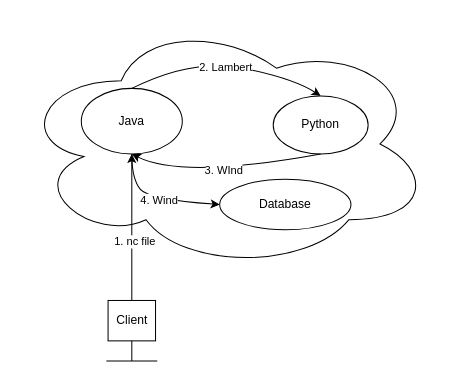
Earlier version of the draw.io diagram ServerFlow.drawio (xiangsanliu/images). Source tidied: cells renumbered, new cells numbered last; positions are measured from the earlier drawing's top-left corner, leaving out a move shared by most shapes. Both pictures are drawn from the tidied source at 101%, with x=0, y=0 at pixel (17, 17).
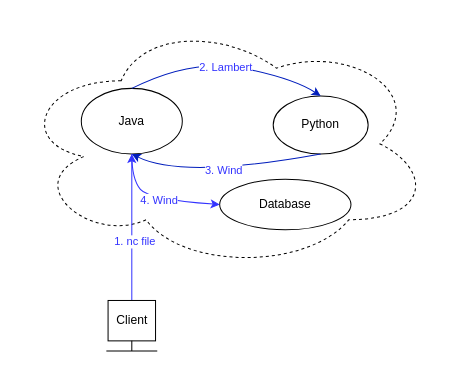
The same diagram, later.

Unchanged cells that the change refers to:
```xml
<mxCell id="3" value="Java" style="ellipse;whiteSpace=wrap;html=1;" parent="1" vertex="1">
  <mxGeometry x="63" y="70" width="100" height="65" as="geometry" />
</mxCell>
<mxCell id="4" value="Python" style="ellipse;whiteSpace=wrap;html=1;" parent="1" vertex="1">
  <mxGeometry x="253" y="77.5" width="94" height="57.5" as="geometry" />
</mxCell>
<mxCell id="9" value="Database" style="ellipse;whiteSpace=wrap;html=1;" parent="1" vertex="1">
  <mxGeometry x="200" y="160" width="130" height="50" as="geometry" />
</mxCell>
<mxCell id="13" value="Client" style="rounded=0;whiteSpace=wrap;html=1;" parent="1" vertex="1">
  <mxGeometry x="89.5" y="280" width="47" height="40" as="geometry" />
</mxCell>
```

What changed in the source:
```diff
@@
-    <mxCell id="2" style="ellipse;shape=cloud;whiteSpace=wrap;html=1;" parent="1" vertex="1">
+    <mxCell id="2" style="ellipse;shape=cloud;whiteSpace=wrap;html=1;dashed=1;" parent="1" vertex="1">
       <mxGeometry width="410" height="250" as="geometry" />
     </mxCell>
@@
-    <mxCell id="5" style="curved=1;endArrow=classic;html=1;exitX=0.5;exitY=0;exitDx=0;exitDy=0;entryX=0.5;entryY=0;entryDx=0;entryDy=0;" parent="1" edge="1" source="3" target="4">
+    <mxCell id="5" style="endArrow=classic;html=1;exitX=0.5;exitY=0;exitDx=0;exitDy=0;entryX=0.5;entryY=0;entryDx=0;entryDy=0;curved=1;fillColor=#0050ef;strokeColor=#001DBC;" parent="1" edge="1" source="3" target="4">
       <mxGeometry relative="1" as="geometry">
         <Array as="points">
           <mxPoint x="173" y="40" />
           <mxPoint x="273" y="60" />
         </Array>
       </mxGeometry>
     </mxCell>
-    <mxCell id="6" value="2. Lambert" style="edgeLabel;html=1;align=center;verticalAlign=middle;" parent="5" vertex="1">
+    <mxCell id="6" value="&lt;font color=&quot;#3333ff&quot;&gt;2. Lambert&lt;/font&gt;" style="edgeLabel;html=1;align=center;verticalAlign=middle;" parent="5" vertex="1">
       <mxGeometry y="-2" relative="1" as="geometry" />
     </mxCell>
-    <mxCell id="7" style="curved=1;endArrow=classic;html=1;exitX=0.5;exitY=1;exitDx=0;exitDy=0;entryX=0.5;entryY=1;entryDx=0;entryDy=0;" parent="1" edge="1" source="4" target="3">
+    <mxCell id="7" style="curved=1;endArrow=classic;html=1;exitX=0.5;exitY=1;exitDx=0;exitDy=0;entryX=0.5;entryY=1;entryDx=0;entryDy=0;fillColor=#0050ef;strokeColor=#001DBC;" parent="1" edge="1" source="4" target="3">
       <mxGeometry relative="1" as="geometry">
         <Array as="points">
           <mxPoint x="163" y="160" />
         </Array>
       </mxGeometry>
     </mxCell>
-    <mxCell id="8" value="3. WInd" style="edgeLabel;html=1;align=center;verticalAlign=middle;" parent="7" vertex="1">
+    <mxCell id="8" value="&lt;font color=&quot;#3333ff&quot;&gt;3. Wind&lt;/font&gt;" style="edgeLabel;html=1;align=center;verticalAlign=middle;" parent="7" vertex="1">
       <mxGeometry y="-2" relative="1" as="geometry" />
     </mxCell>
@@
-    <mxCell id="10" value="4. Wind" style="curved=1;endArrow=classic;html=1;entryX=0;entryY=0.5;entryDx=0;entryDy=0;exitX=0.5;exitY=1;exitDx=0;exitDy=0;" parent="1" edge="1" source="3" target="9">
+    <mxCell id="10" value="&lt;font color=&quot;#3333ff&quot;&gt;4. Wind&lt;/font&gt;" style="curved=1;endArrow=classic;html=1;entryX=0;entryY=0.5;entryDx=0;entryDy=0;exitX=0.5;exitY=1;exitDx=0;exitDy=0;strokeColor=#3333FF;" parent="1" edge="1" source="3" target="9">
       <mxGeometry relative="1" as="geometry">
         <Array as="points">
           <mxPoint x="113" y="160" />
           <mxPoint x="130" y="180" />
         </Array>
       </mxGeometry>
     </mxCell>
-    <mxCell id="11" style="edgeStyle=orthogonalEdgeStyle;rounded=0;jettySize=auto;html=1;" parent="1" edge="1" source="13" target="3">
+    <mxCell id="11" style="edgeStyle=orthogonalEdgeStyle;rounded=0;jettySize=auto;html=1;strokeColor=#3333FF;" parent="1" edge="1" source="13" target="3">
       <mxGeometry relative="1" as="geometry" />
     </mxCell>
-    <mxCell id="12" value="1. nc file" style="edgeLabel;html=1;align=center;verticalAlign=middle;" parent="11" vertex="1">
+    <mxCell id="12" value="&lt;font color=&quot;#3333ff&quot;&gt;1. nc file&lt;/font&gt;" style="edgeLabel;html=1;align=center;verticalAlign=middle;" parent="11" vertex="1">
       <mxGeometry x="-0.19" y="-2" relative="1" as="geometry" />
     </mxCell>
@@
     <mxCell id="14" style="endArrow=none;html=1;" parent="1" edge="1">
       <mxGeometry relative="1" as="geometry">
-        <mxPoint x="87.8" y="340" as="sourcePoint" />
-        <mxPoint x="138.2" y="340" as="targetPoint" />
+        <mxPoint x="87.8" y="330" as="sourcePoint" />
+        <mxPoint x="138.2" y="330" as="targetPoint" />
         <Array as="points">
-          <mxPoint x="110" y="340" />
+          <mxPoint x="110" y="330" />
         </Array>
       </mxGeometry>
     </mxCell>
     <mxCell id="15" style="endArrow=none;html=1;exitX=0.5;exitY=1;exitDx=0;exitDy=0;" parent="1" edge="1" source="13">
       <mxGeometry relative="1" as="geometry">
-        <mxPoint x="113" y="340" as="targetPoint" />
+        <mxPoint x="113" y="330" as="targetPoint" />
       </mxGeometry>
     </mxCell>
```
